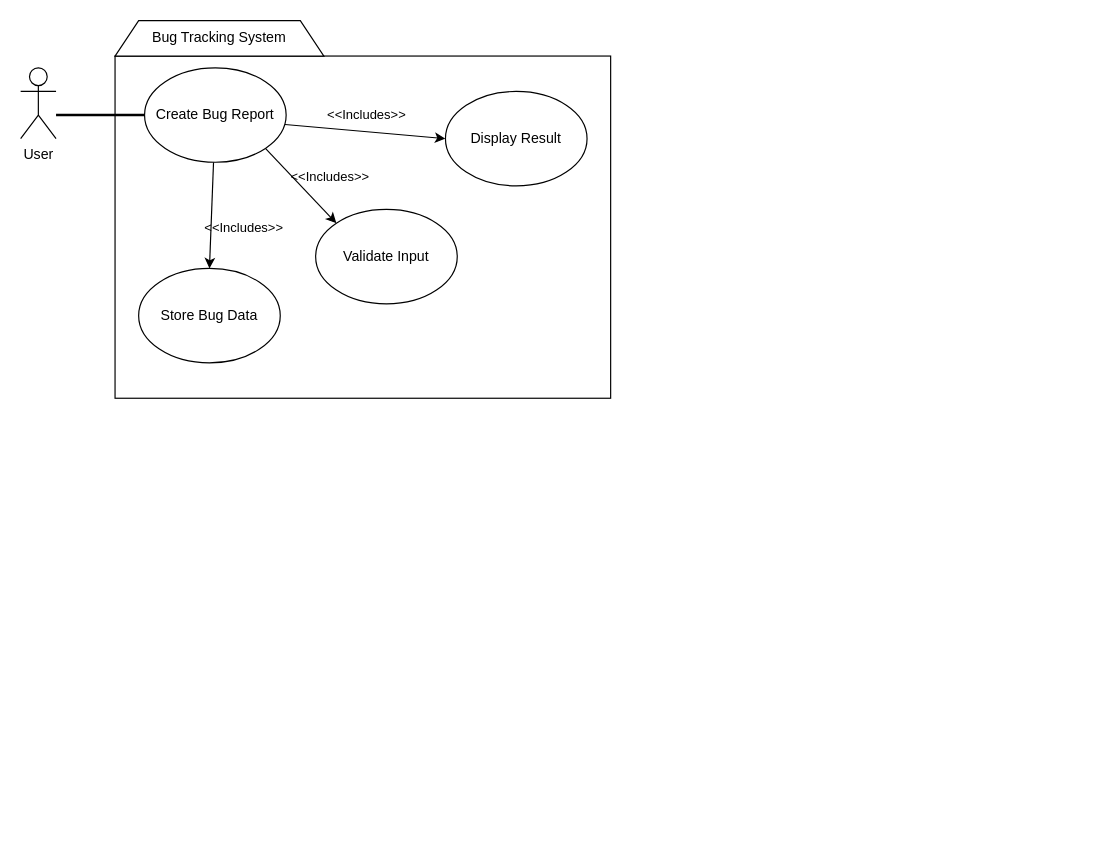
ConradCJM/bugterra keeps this draw.io diagram as UML-Diagrams/Use-Case-Diagram.drawio. Above is the earlier version. Source tidied: cells renumbered, new cells numbered last; positions are measured from the earlier drawing's top-left corner, leaving out a move shared by most shapes. Both pictures are drawn from the tidied source at 118%, with x=0, y=0 at pixel (20, 20).
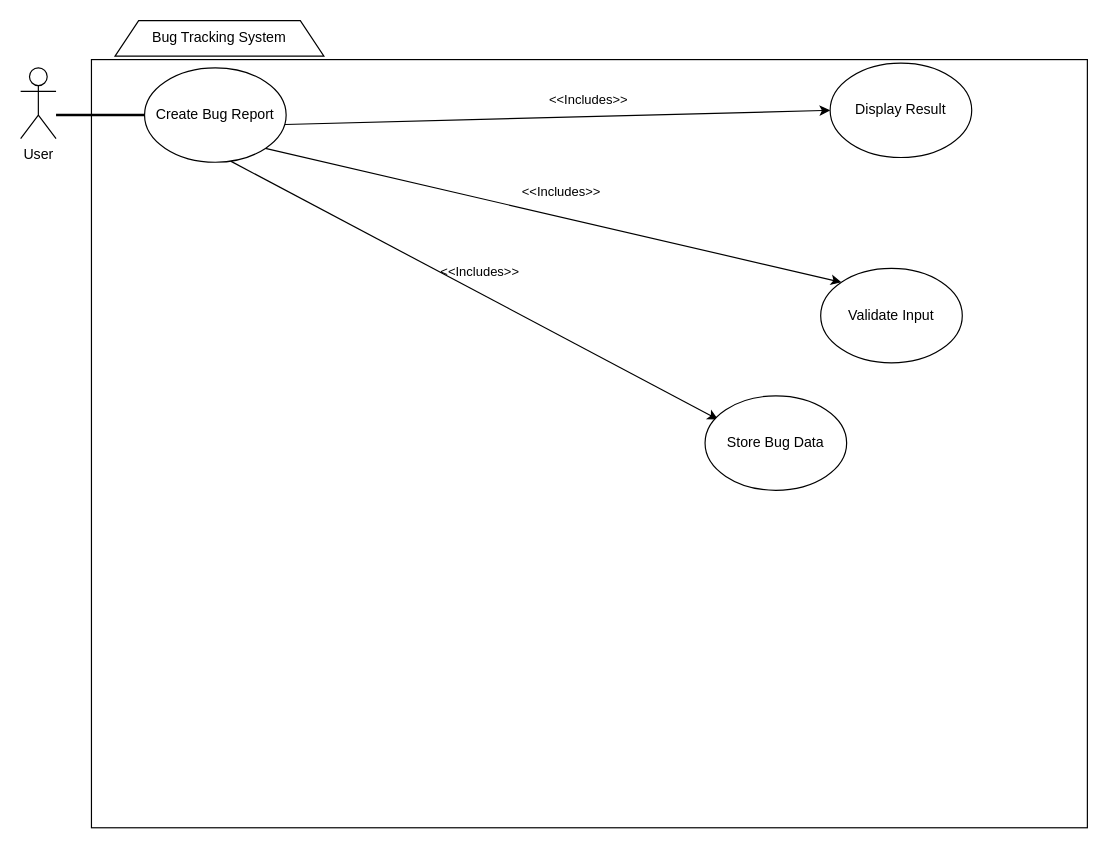
The same diagram, later.

Diff of the diagram source:
```diff
@@
 <mxGraphModel background="light-dark(#ffffff, #DEDEDE)">
   <root>
     <mxCell id="0" />
     <mxCell id="1" parent="0" />
     <mxCell id="2" value="User" style="shape=umlActor;verticalLabelPosition=bottom;verticalAlign=top;html=1;" parent="1" vertex="1">
       <mxGeometry y="40" width="30" height="60" as="geometry" />
     </mxCell>
     <mxCell id="3" style="rounded=0;whiteSpace=wrap;html=1;" parent="1" vertex="1">
-      <mxGeometry x="80" y="30" width="420" height="290" as="geometry" />
+      <mxGeometry x="60" y="33" width="844" height="651" as="geometry" />
     </mxCell>
     <mxCell id="4" value="Bug Tracking System" style="shape=trapezoid;perimeter=trapezoidPerimeter;whiteSpace=wrap;html=1;fixedSize=1;" parent="1" vertex="1">
       <mxGeometry x="80" width="177" height="30" as="geometry" />
     </mxCell>
     <mxCell id="5" style="rounded=0;jettySize=auto;html=1;exitX=1;exitY=1;exitDx=0;exitDy=0;entryX=0;entryY=0;entryDx=0;entryDy=0;" parent="1" edge="1" source="7" target="8">
       <mxGeometry relative="1" as="geometry" />
     </mxCell>
-    <mxCell id="6" style="rounded=0;jettySize=auto;html=1;entryX=0.5;entryY=0;entryDx=0;entryDy=0;" parent="1" edge="1" source="7" target="9">
+    <mxCell id="6" style="rounded=0;jettySize=auto;html=1;entryX=0.092;entryY=0.25;entryDx=0;entryDy=0;flowAnimation=0;exitX=0.608;exitY=0.988;exitDx=0;exitDy=0;exitPerimeter=0;entryPerimeter=0;" parent="1" edge="1" source="7" target="9">
       <mxGeometry relative="1" as="geometry" />
     </mxCell>
     <mxCell id="7" value="Create Bug Report" style="ellipse;whiteSpace=wrap;html=1;" parent="1" vertex="1">
       <mxGeometry x="105" y="40" width="120" height="80" as="geometry" />
     </mxCell>
     <mxCell id="8" value="Validate Input" style="ellipse;whiteSpace=wrap;html=1;" parent="1" vertex="1">
-      <mxGeometry x="250" y="160" width="120" height="80" as="geometry" />
+      <mxGeometry x="678" y="210" width="120" height="80" as="geometry" />
     </mxCell>
     <mxCell id="9" value="Store Bug Data" style="ellipse;whiteSpace=wrap;html=1;" parent="1" vertex="1">
-      <mxGeometry x="100" y="210" width="120" height="80" as="geometry" />
+      <mxGeometry x="580" y="318" width="120" height="80" as="geometry" />
     </mxCell>
     <mxCell id="10" value="Display Result" style="ellipse;whiteSpace=wrap;html=1;" parent="1" vertex="1">
-      <mxGeometry x="360" y="60" width="120" height="80" as="geometry" />
+      <mxGeometry x="686" y="36" width="120" height="80" as="geometry" />
     </mxCell>
     <mxCell id="11" style="endArrow=none;html=1;rounded=0;exitX=0;exitY=0.5;exitDx=0;exitDy=0;strokeWidth=2;" parent="1" edge="1" source="7">
       <mxGeometry relative="1" as="geometry">
         <mxPoint x="30" y="80" as="targetPoint" />
       </mxGeometry>
     </mxCell>
     <mxCell id="12" style="endArrow=classic;html=1;rounded=0;exitX=0.992;exitY=0.6;exitDx=0;exitDy=0;exitPerimeter=0;entryX=0;entryY=0.5;entryDx=0;entryDy=0;" parent="1" edge="1" source="7" target="10">
       <mxGeometry relative="1" as="geometry" />
     </mxCell>
     <mxCell id="13" value="&amp;lt;&amp;lt;Includes&amp;gt;&amp;gt;" style="edgeLabel;html=1;align=center;verticalAlign=middle;labelBackgroundColor=none;" parent="12" vertex="1">
       <mxGeometry x="0.15" y="-1" relative="1" as="geometry">
         <mxPoint x="-9" y="-16" as="offset" />
       </mxGeometry>
     </mxCell>
     <mxCell id="14" value="&amp;lt;&amp;lt;Includes&amp;gt;&amp;gt;" style="edgeLabel;html=1;align=center;verticalAlign=middle;labelBackgroundColor=none;" parent="1" vertex="1">
-      <mxGeometry x="261" y="131" as="geometry" />
+      <mxGeometry x="457" y="144" as="geometry" />
     </mxCell>
     <mxCell id="15" value="&amp;lt;&amp;lt;Includes&amp;gt;&amp;gt;" style="edgeLabel;html=1;align=center;verticalAlign=middle;labelBackgroundColor=none;" parent="1" vertex="1">
-      <mxGeometry x="188" y="175" as="geometry" />
+      <mxGeometry x="388" y="212" as="geometry" />
     </mxCell>
   </root>
 </mxGraphModel>
```
